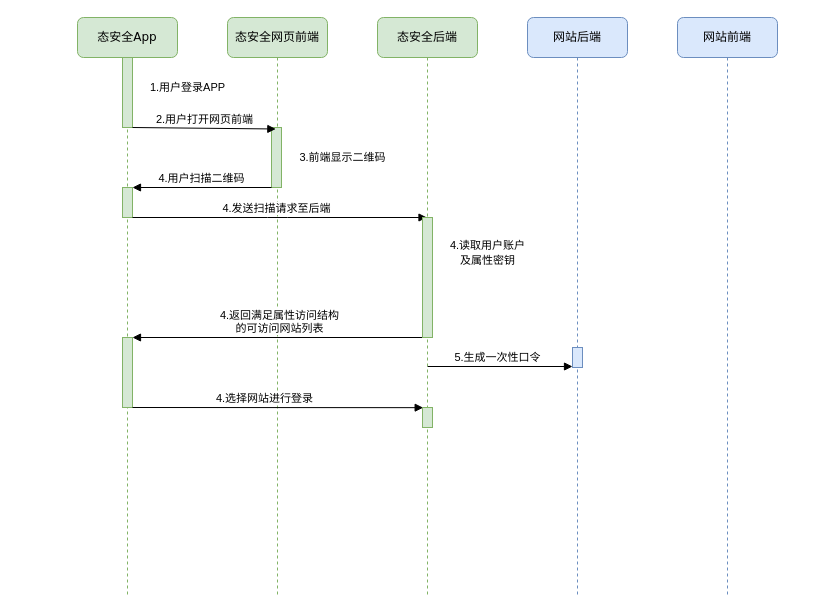
AdijeShen/images keeps this draw.io diagram as Untitled Diagram.drawio. Above is the earlier version. Source tidied: cells renumbered, new cells numbered last; positions are measured from the earlier drawing's top-left corner, leaving out a move shared by most shapes. Both pictures are drawn from the tidied source at 100%, with x=0, y=0 at pixel (77, 17).
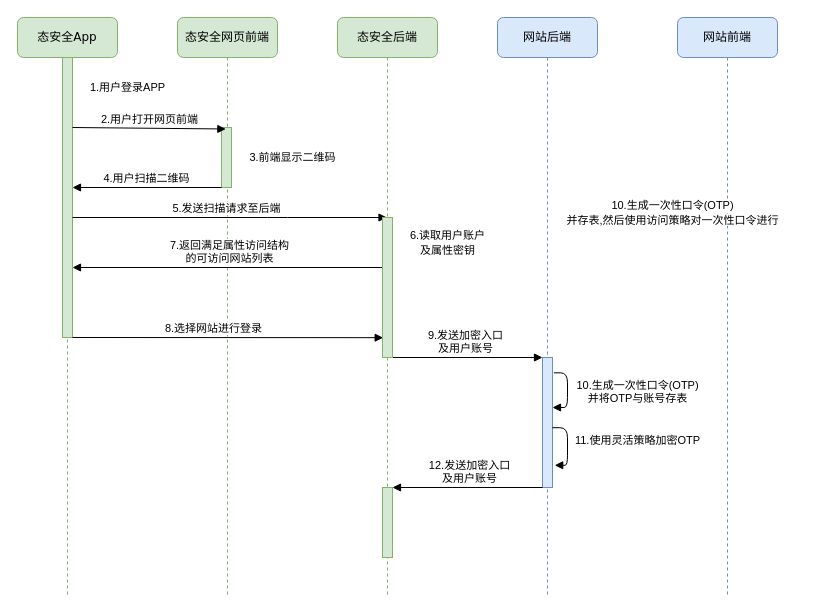
The same page after the edit.

Unchanged cells that the change refers to:
```xml
<mxCell id="10" style="html=1;points=[];perimeter=orthogonalPerimeter;rounded=0;shadow=0;comic=0;labelBackgroundColor=none;strokeWidth=1;fontFamily=Verdana;fontSize=12;align=center;fillColor=#d5e8d4;strokeColor=#82b366;" parent="7" vertex="1">
  <mxGeometry x="45" y="170" width="10" height="30" as="geometry" />
</mxCell>
```

Change to the diagram source:
```diff
@@
     <mxCell id="2" value="态安全网页前端" style="shape=umlLifeline;perimeter=lifelinePerimeter;whiteSpace=wrap;html=1;rounded=1;shadow=0;comic=0;labelBackgroundColor=none;strokeWidth=1;fontFamily=Verdana;fontSize=12;align=center;fillColor=#d5e8d4;strokeColor=#82b366;" parent="1" vertex="1">
-      <mxGeometry x="150" width="100" height="580" as="geometry" />
+      <mxGeometry x="100" width="100" height="580" as="geometry" />
     </mxCell>
@@
     <mxCell id="4" value="网站后端" style="shape=umlLifeline;perimeter=lifelinePerimeter;whiteSpace=wrap;html=1;rounded=1;shadow=0;comic=0;labelBackgroundColor=none;strokeWidth=1;fontFamily=Verdana;fontSize=12;align=center;fillColor=#dae8fc;strokeColor=#6c8ebf;" parent="1" vertex="1">
-      <mxGeometry x="450" width="100" height="580" as="geometry" />
+      <mxGeometry x="420" width="100" height="580" as="geometry" />
     </mxCell>
     <mxCell id="5" style="html=1;points=[];perimeter=orthogonalPerimeter;rounded=0;shadow=0;comic=0;labelBackgroundColor=none;strokeWidth=1;fontFamily=Verdana;fontSize=12;align=center;fillColor=#dae8fc;strokeColor=#6c8ebf;" parent="4" vertex="1">
-      <mxGeometry x="45" y="330" width="10" height="20" as="geometry" />
+      <mxGeometry x="45" y="340" width="10" height="130" as="geometry" />
     </mxCell>
+    <mxCell id="23" value="10.生成一次性口令(OTP)&lt;br&gt;并将OTP与账号存表" style="html=1;verticalAlign=bottom;endArrow=block;edgeStyle=elbowEdgeStyle;elbow=vertical;exitX=1.14;exitY=0.118;exitDx=0;exitDy=0;exitPerimeter=0;" parent="4" edge="1" source="5" target="5">
+      <mxGeometry x="0.53" y="-70" relative="1" as="geometry">
+        <Array as="points">
+          <mxPoint x="70" y="390" />
+          <mxPoint x="70" y="350" />
+        </Array>
+        <mxPoint x="70" y="70" as="offset" />
+      </mxGeometry>
+    </mxCell>
+    <mxCell id="24" value="11.使用灵活策略加密OTP" style="html=1;verticalAlign=bottom;endArrow=block;edgeStyle=elbowEdgeStyle;elbow=vertical;entryX=1.22;entryY=0.829;entryDx=0;entryDy=0;entryPerimeter=0;exitX=0.98;exitY=0.54;exitDx=0;exitDy=0;exitPerimeter=0;" parent="4" edge="1" source="5" target="5">
+      <mxGeometry x="0.63" y="-72" relative="1" as="geometry">
+        <Array as="points">
+          <mxPoint x="70" y="400" />
+          <mxPoint x="80" y="400" />
+          <mxPoint x="80" y="360" />
+        </Array>
+        <mxPoint x="70" y="56" as="offset" />
+      </mxGeometry>
+    </mxCell>
@@
     <mxCell id="7" value="态安全App" style="shape=umlLifeline;perimeter=lifelinePerimeter;whiteSpace=wrap;html=1;rounded=1;shadow=0;comic=0;labelBackgroundColor=none;strokeWidth=1;fontFamily=Verdana;fontSize=12;align=center;fillColor=#d5e8d4;strokeColor=#82b366;" parent="1" vertex="1">
-      <mxGeometry width="100" height="580" as="geometry" />
+      <mxGeometry x="-60" width="100" height="580" as="geometry" />
     </mxCell>
     <mxCell id="8" style="html=1;points=[];perimeter=orthogonalPerimeter;rounded=0;shadow=0;comic=0;labelBackgroundColor=none;strokeWidth=1;fontFamily=Verdana;fontSize=12;align=center;fillColor=#d5e8d4;strokeColor=#82b366;" parent="7" vertex="1">
-      <mxGeometry x="45" y="320" width="10" height="70" as="geometry" />
+      <mxGeometry x="45" y="250" width="10" height="70" as="geometry" />
     </mxCell>
@@
+    <mxCell id="25" style="html=1;perimeter=orthogonalPerimeter;rounded=0;shadow=0;comic=0;labelBackgroundColor=none;strokeWidth=1;fontFamily=Verdana;fontSize=12;align=center;fillColor=#d5e8d4;strokeColor=#82b366;" parent="7" vertex="1">
+      <mxGeometry x="45" y="40" width="10" height="280" as="geometry" />
+    </mxCell>
-    <mxCell id="11" value="4.发送扫描请求至后端" style="html=1;verticalAlign=bottom;endArrow=block;" parent="1" edge="1" source="10" target="17">
+    <mxCell id="11" value="5.发送扫描请求至后端" style="html=1;verticalAlign=bottom;endArrow=block;" parent="1" edge="1" source="10" target="17">
       <mxGeometry x="-0.02" relative="1" as="geometry">
         <Array as="points">
           <mxPoint x="200" y="200" />
         </Array>
       </mxGeometry>
     </mxCell>
-    <mxCell id="12" value="4.返回满足属性访问结构&lt;br&gt;的可访问网站列表" style="html=1;verticalAlign=bottom;endArrow=block;exitX=0.5;exitY=1;exitDx=0;exitDy=0;exitPerimeter=0;" parent="1" edge="1" source="18" target="8">
+    <mxCell id="12" value="7.返回满足属性访问结构&lt;br&gt;的可访问网站列表" style="html=1;verticalAlign=bottom;endArrow=block;exitX=0.5;exitY=1;exitDx=0;exitDy=0;exitPerimeter=0;" parent="1" edge="1" source="18" target="8">
       <mxGeometry relative="1" as="geometry" />
     </mxCell>
-    <mxCell id="13" value="&lt;span style=&quot;font-size: 11px ; background-color: rgb(255 , 255 , 255)&quot;&gt;4.读取用户账户&lt;/span&gt;&lt;br style=&quot;font-size: 11px&quot;&gt;&lt;span style=&quot;font-size: 11px ; background-color: rgb(255 , 255 , 255)&quot;&gt;及属性密钥&lt;/span&gt;" style="text;html=1;align=center;verticalAlign=middle;" parent="1" vertex="1">
-      <mxGeometry x="360" y="220" width="100" height="30" as="geometry" />
+    <mxCell id="13" value="&lt;span style=&quot;font-size: 11px ; background-color: rgb(255 , 255 , 255)&quot;&gt;6.读取用户账户&lt;/span&gt;&lt;br style=&quot;font-size: 11px&quot;&gt;&lt;span style=&quot;font-size: 11px ; background-color: rgb(255 , 255 , 255)&quot;&gt;及属性密钥&lt;/span&gt;" style="text;html=1;align=center;verticalAlign=middle;" parent="1" vertex="1">
+      <mxGeometry x="320" y="210" width="100" height="30" as="geometry" />
     </mxCell>
-    <mxCell id="14" value="4.选择网站进行登录" style="html=1;verticalAlign=bottom;endArrow=block;entryX=0.067;entryY=0.008;entryDx=0;entryDy=0;entryPerimeter=0;" parent="1" edge="1" source="8" target="19">
+    <mxCell id="14" value="8.选择网站进行登录" style="html=1;verticalAlign=bottom;endArrow=block;entryX=0.067;entryY=0.008;entryDx=0;entryDy=0;entryPerimeter=0;" parent="1" edge="1" source="8" target="19">
       <mxGeometry x="-0.09" relative="1" as="geometry" />
     </mxCell>
-    <mxCell id="15" value="5.生成一次性口令" style="html=1;verticalAlign=bottom;endArrow=block;" parent="1" edge="1" target="5">
-      <mxGeometry x="-0.03" relative="1" as="geometry">
-        <mxPoint x="350" y="349" as="sourcePoint" />
-      </mxGeometry>
+    <mxCell id="15" value="9.发送加密入口&lt;br&gt;及用户账号" style="html=1;verticalAlign=bottom;endArrow=block;" parent="1" edge="1" source="19" target="5">
+      <mxGeometry x="-0.03" relative="1" as="geometry" />
     </mxCell>
     <mxCell id="16" value="&lt;span style=&quot;font-size: 11px ; background-color: rgb(255 , 255 , 255)&quot;&gt;1.用户登录APP&lt;/span&gt;" style="text;html=1;align=center;verticalAlign=middle;" parent="1" vertex="1">
-      <mxGeometry x="60" y="60" width="100" height="20" as="geometry" />
+      <mxGeometry y="60" width="100" height="20" as="geometry" />
     </mxCell>
     <mxCell id="17" value="态安全后端" style="shape=umlLifeline;perimeter=lifelinePerimeter;whiteSpace=wrap;html=1;outlineConnect=0;rounded=1;shadow=0;comic=0;labelBackgroundColor=none;strokeWidth=1;fontFamily=Verdana;fontSize=12;align=center;fillColor=#d5e8d4;strokeColor=#82b366;" parent="1" vertex="1">
-      <mxGeometry x="300" width="100" height="580" as="geometry" />
+      <mxGeometry x="260" width="100" height="580" as="geometry" />
     </mxCell>
     <mxCell id="18" style="html=1;points=[];perimeter=orthogonalPerimeter;rounded=0;shadow=0;comic=0;labelBackgroundColor=none;strokeWidth=1;fontFamily=Verdana;fontSize=12;align=center;fillColor=#d5e8d4;strokeColor=#82b366;" parent="17" vertex="1">
-      <mxGeometry x="45" y="200" width="10" height="120" as="geometry" />
+      <mxGeometry x="45" y="200" width="10" height="50" as="geometry" />
     </mxCell>
     <mxCell id="19" style="html=1;points=[];perimeter=orthogonalPerimeter;rounded=0;shadow=0;comic=0;labelBackgroundColor=none;strokeWidth=1;fontFamily=Verdana;fontSize=12;align=center;fillColor=#d5e8d4;strokeColor=#82b366;" parent="17" vertex="1">
-      <mxGeometry x="45" y="390" width="10" height="20" as="geometry" />
+      <mxGeometry x="45" y="320" width="10" height="20" as="geometry" />
     </mxCell>
+    <mxCell id="26" style="html=1;perimeter=orthogonalPerimeter;rounded=0;shadow=0;comic=0;labelBackgroundColor=none;strokeWidth=1;fontFamily=Verdana;fontSize=12;align=center;fillColor=#d5e8d4;strokeColor=#82b366;" parent="17" vertex="1">
+      <mxGeometry x="45" y="200" width="10" height="140" as="geometry" />
+    </mxCell>
+    <mxCell id="27" style="html=1;points=[];perimeter=orthogonalPerimeter;rounded=0;shadow=0;comic=0;labelBackgroundColor=none;strokeWidth=1;fontFamily=Verdana;fontSize=12;align=center;fillColor=#d5e8d4;strokeColor=#82b366;" parent="17" vertex="1">
+      <mxGeometry x="45" y="470" width="10" height="70" as="geometry" />
+    </mxCell>
     <mxCell id="20" value="&lt;span style=&quot;font-size: 11px ; background-color: rgb(255 , 255 , 255)&quot;&gt;3.前端显示二维码&lt;/span&gt;" style="text;html=1;align=center;verticalAlign=middle;" parent="1" vertex="1">
-      <mxGeometry x="210" y="130" width="110" height="20" as="geometry" />
+      <mxGeometry x="160" y="130" width="110" height="20" as="geometry" />
     </mxCell>
@@
+    <mxCell id="28" value="&lt;span style=&quot;font-size: 11px ; background-color: rgb(255 , 255 , 255)&quot;&gt;10.生成一次性口令(OTP)&lt;br&gt;并存表,然后使用访问策略对一次性口令进行&lt;/span&gt;" style="text;html=1;align=center;verticalAlign=middle;" parent="1" vertex="1">
+      <mxGeometry x="470" y="180" width="250" height="30" as="geometry" />
+    </mxCell>
+    <mxCell id="29" value="12.发送加密入口&lt;br&gt;及用户账号" style="html=1;verticalAlign=bottom;endArrow=block;" parent="1" edge="1" source="5" target="27">
+      <mxGeometry x="-0.03" relative="1" as="geometry" />
+    </mxCell>
```
